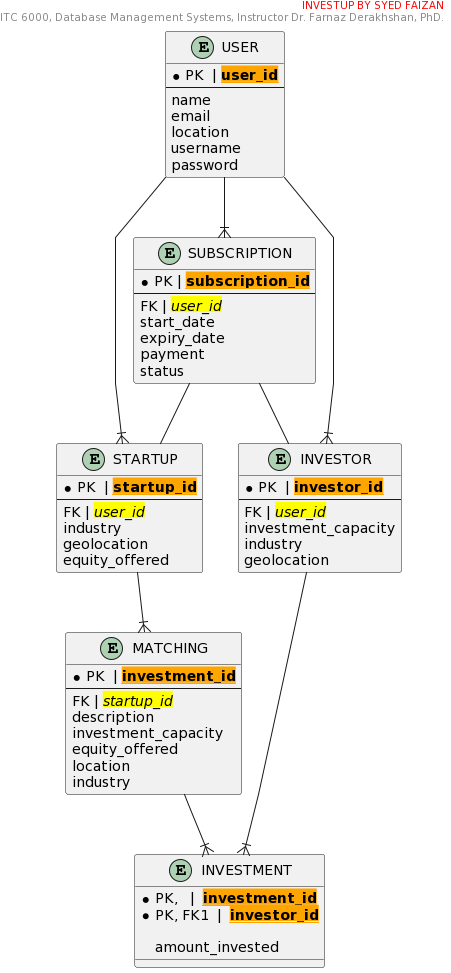
This is ERD_INVESTUP.png from SYEDFAIZAN1987/ITC6000, a PlantUML export, as it was before one commit. The source it was exported from:
```plantuml
@startuml
header
<font color=red>INVESTUP BY SYED FAIZAN</font>
ITC 6000, Database Management Systems, Instructor Dr. Farnaz Derakhshan, PhD.
endheader

skinparam linetype polyline
entity "USER" {
* PK  | <u><back:orange>**user_id**</back>
--
    name
    email
  location
  username
  password
}

entity "SUBSCRIPTION" {
 * PK | <u><back:orange>**subscription_id**</back>
--
   FK | <i><back:yellow>user_id</back>
  start_date
  expiry_date
  payment
  status
}

entity "STARTUP" {
* PK  | <u><back:orange>**startup_id**</back>
--
FK | <i><back:yellow>user_id</back>
  industry
  geolocation
  equity_offered
}

entity "INVESTOR" {
* PK  | <u><back:orange>**investor_id**</back>
--
FK | <i><back:yellow>user_id</back>
  investment_capacity
  industry
  geolocation
}

entity "MATCHING" {
* PK  | <u><back:orange>**investment_id**</back>
--
FK | <i><back:yellow>startup_id</back>
  description
  investment_capacity
  equity_offered
  location
  industry
}

entity "INVESTMENT" {
* PK,   |  <u><back:orange>**investment_id**</back>
* PK, FK1  |  <u><back:orange>**investor_id**</back>

  amount_invested


}

USER --|{ SUBSCRIPTION
SUBSCRIPTION -- STARTUP
SUBSCRIPTION -- INVESTOR
USER --|{ STARTUP
USER --|{ INVESTOR
STARTUP --|{ MATCHING
INVESTOR --|{ INVESTMENT
MATCHING --|{ INVESTMENT


@enduml
```
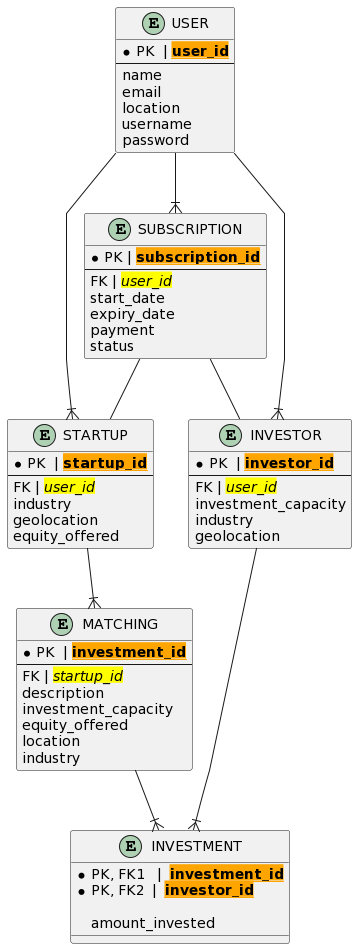
The same file after the commit.

Commit message:
Better ERD

ERD for ITC6000

The edit, as a diff of the source:
```diff
@@ -1,9 +1,4 @@
 @startuml
-header
-<font color=red>INVESTUP BY SYED FAIZAN</font>
-ITC 6000, Database Management Systems, Instructor Dr. Farnaz Derakhshan, PhD.
-endheader
-
 skinparam linetype polyline
 entity "USER" {
 * PK  | <u><back:orange>**user_id**</back>
@@ -55,8 +50,8 @@
 }
 
 entity "INVESTMENT" {
-* PK,   |  <u><back:orange>**investment_id**</back>
-* PK, FK1  |  <u><back:orange>**investor_id**</back>
+* PK, FK1   |  <u><back:orange>**investment_id**</back>
+* PK, FK2  |  <u><back:orange>**investor_id**</back>
 
   amount_invested
 
```
